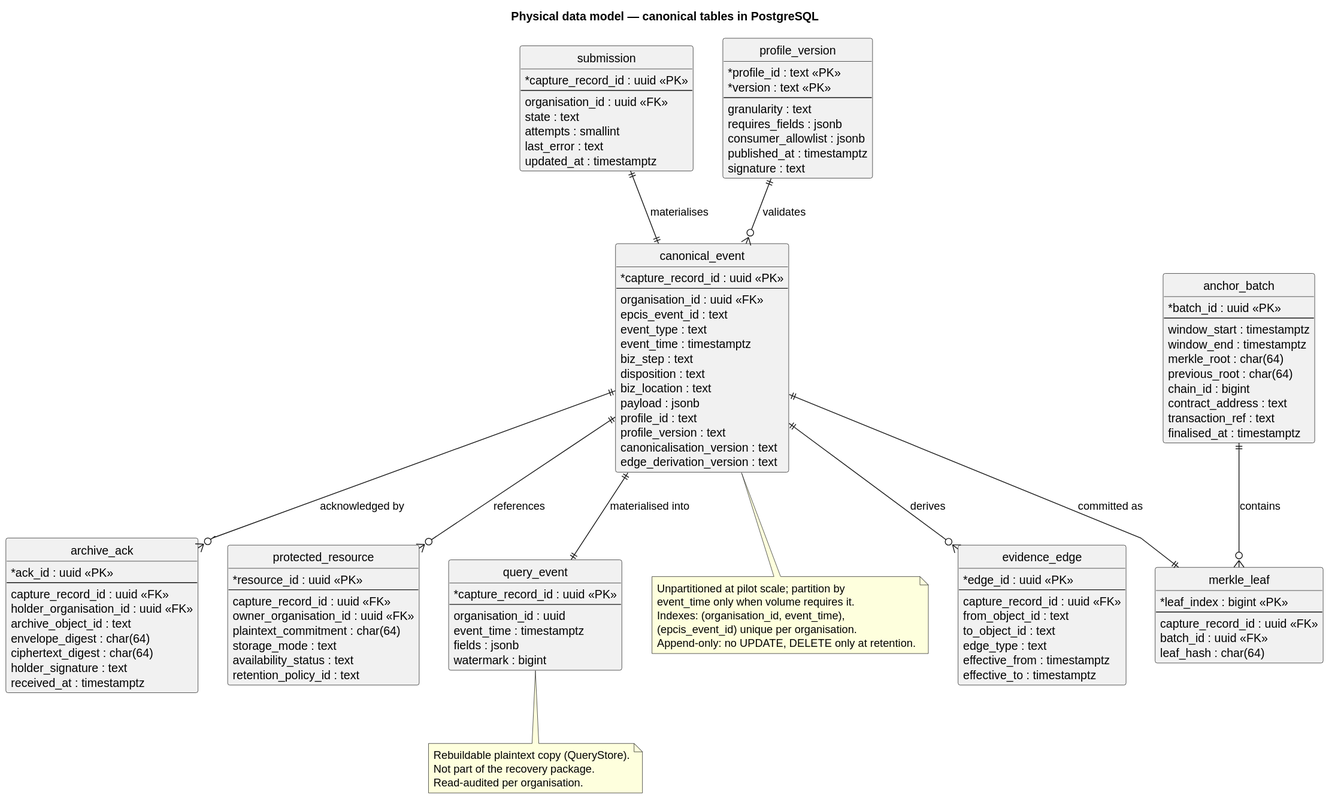
This is docs/public/diagrams/core-physical-model.svg from kuangshen04/48433assignment, a PlantUML export, as it was before one commit.
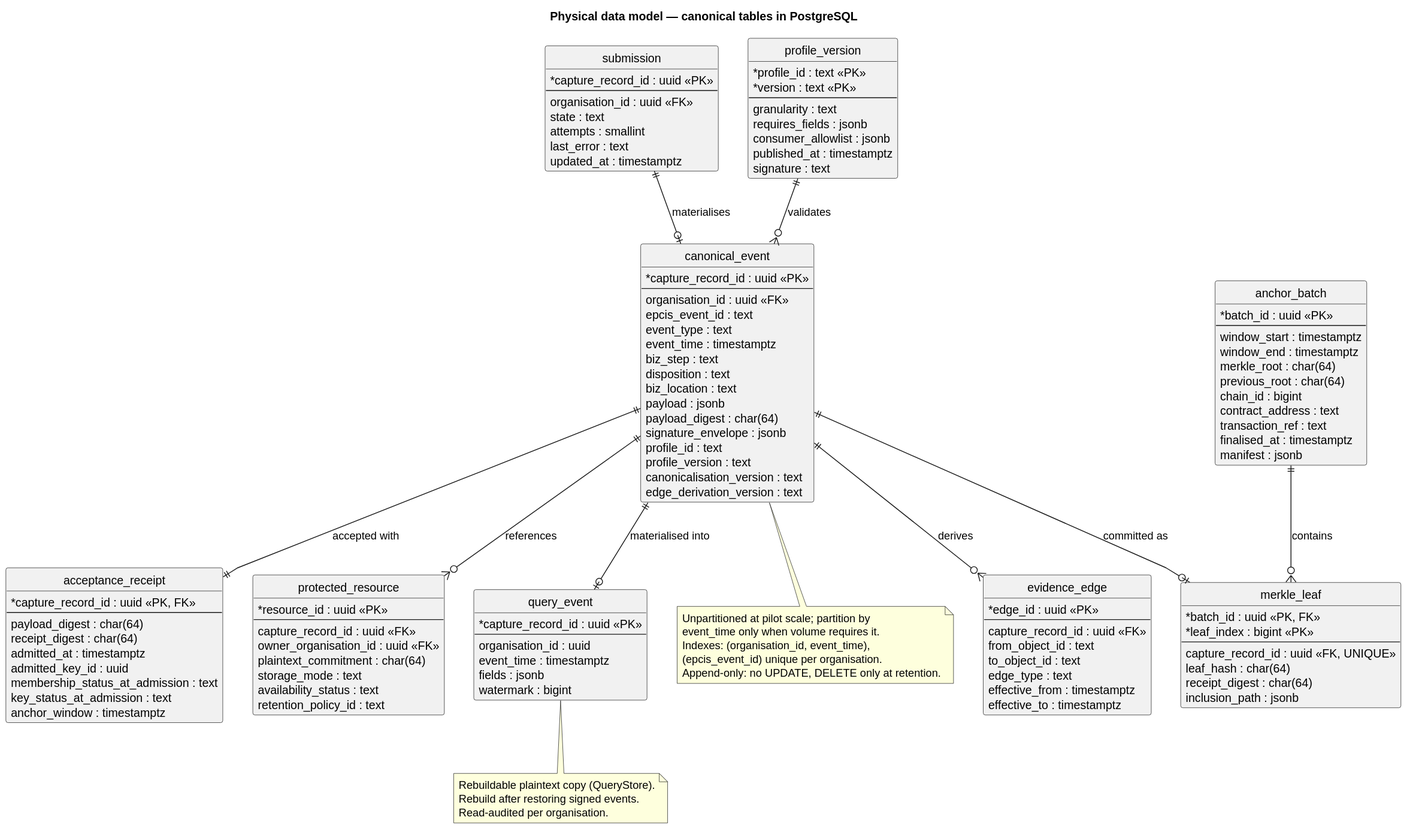
After the commit.

Change to the diagram source:
```diff
@@ -27,6 +27,8 @@
   disposition : text
   biz_location : text
   payload : jsonb
+  payload_digest : char(64)
+  signature_envelope : jsonb
   profile_id : text
   profile_version : text
   canonicalisation_version : text
@@ -44,24 +46,26 @@
   effective_to : timestamptz
 }
 
-entity "archive_ack" as ack {
-  * ack_id : uuid <<PK>>
+entity "acceptance_receipt" as receipt {
+  * capture_record_id : uuid <<PK, FK>>
   --
-  capture_record_id : uuid <<FK>>
-  holder_organisation_id : uuid <<FK>>
-  archive_object_id : text
-  envelope_digest : char(64)
-  ciphertext_digest : char(64)
-  holder_signature : text
-  received_at : timestamptz
+  payload_digest : char(64)
+  receipt_digest : char(64)
+  admitted_at : timestamptz
+  admitted_key_id : uuid
+  membership_status_at_admission : text
+  key_status_at_admission : text
+  anchor_window : timestamptz
 }
 
 entity "merkle_leaf" as leaf {
+  * batch_id : uuid <<PK, FK>>
   * leaf_index : bigint <<PK>>
   --
-  capture_record_id : uuid <<FK>>
-  batch_id : uuid <<FK>>
+  capture_record_id : uuid <<FK, UNIQUE>>
   leaf_hash : char(64)
+  receipt_digest : char(64)
+  inclusion_path : jsonb
 }
 
 entity "anchor_batch" as batch {
@@ -75,6 +79,7 @@
   contract_address : text
   transaction_ref : text
   finalised_at : timestamptz
+  manifest : jsonb
 }
 
 entity "protected_resource" as res {
@@ -108,14 +113,14 @@
   watermark : bigint
 }
 
-submission ||--|| ce : materialises
+submission ||--o| ce : materialises
 ce ||--o{ edge : derives
-ce ||--o{ ack : acknowledged by
-ce ||--|| leaf : committed as
+ce ||--|| receipt : accepted with
+ce ||--o| leaf : committed as
 batch ||--o{ leaf : contains
 ce ||--o{ res : references
 profile ||--o{ ce : validates
-ce ||--|| qe : materialised into
+ce ||--o| qe : materialised into
 
 note bottom of ce
   Unpartitioned at pilot scale; partition by
@@ -127,7 +132,7 @@
 
 note bottom of qe
   Rebuildable plaintext copy (QueryStore).
-  Not part of the recovery package.
+  Rebuild after restoring signed events.
   Read-audited per organisation.
 end note
 @enduml
```
